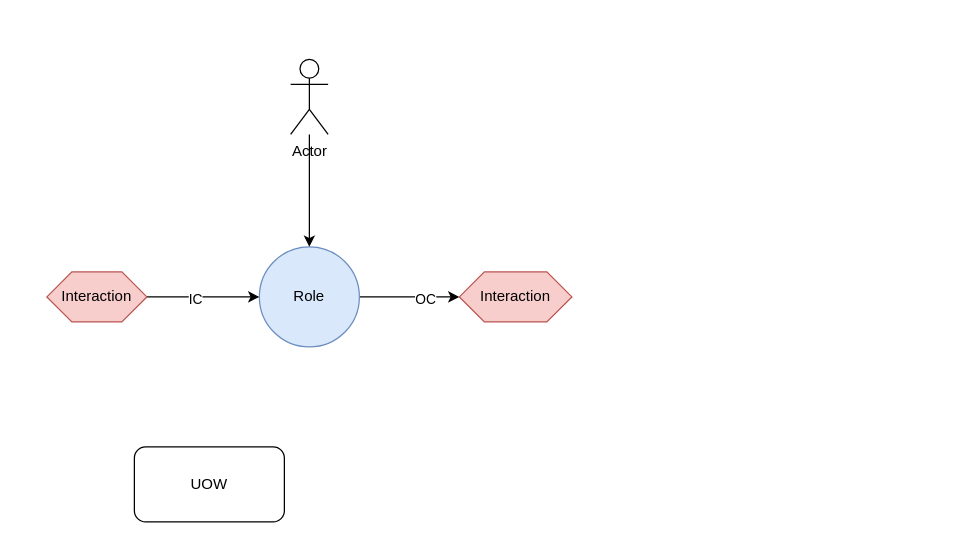
This is page "Workflow High Level" (1 of 3) of database/workflow.drawio from clydewatts1/prototype_chameleon_mcp_workflow, a draw.io file, before an edit. Source tidied: cells renumbered, new cells numbered last; positions are measured from the earlier drawing's top-left corner, leaving out a move shared by most shapes. Both pictures are drawn from the tidied source at 125%, with x=0, y=0 at pixel (46, 59).
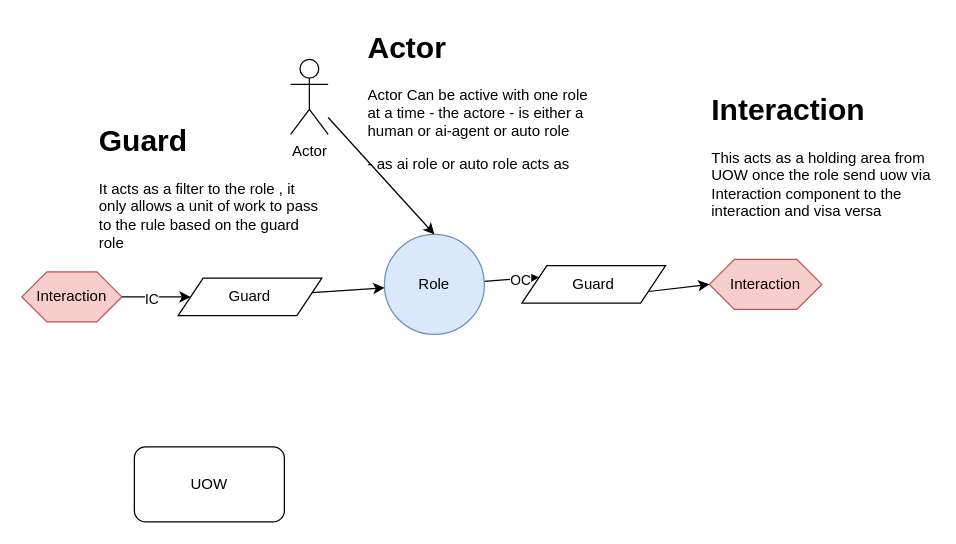
The same diagram, later.

What changed in the source:
```diff
@@
 <mxGraphModel>
   <root>
     <mxCell id="0" />
     <mxCell id="1" parent="0" />
-    <mxCell id="2" style="edgeStyle=none;html=1;entryX=0;entryY=0.5;entryDx=0;entryDy=0;" parent="1" edge="1" source="4" target="10">
+    <mxCell id="2" style="edgeStyle=none;html=1;entryX=0;entryY=0.25;entryDx=0;entryDy=0;" parent="1" edge="1" source="4" target="15">
       <mxGeometry relative="1" as="geometry" />
     </mxCell>
     <mxCell id="3" value="OC" style="edgeLabel;html=1;align=center;verticalAlign=middle;" parent="2" vertex="1">
       <mxGeometry x="0.3" y="-1" relative="1" as="geometry" />
     </mxCell>
     <mxCell id="4" value="Role" style="ellipse;whiteSpace=wrap;html=1;fillColor=#dae8fc;strokeColor=#6c8ebf;" parent="1" vertex="1">
-      <mxGeometry x="170" y="150" width="80" height="80" as="geometry" />
+      <mxGeometry x="270" y="140" width="80" height="80" as="geometry" />
     </mxCell>
-    <mxCell id="5" style="edgeStyle=none;html=1;exitX=1;exitY=0.5;exitDx=0;exitDy=0;entryX=0;entryY=0.5;entryDx=0;entryDy=0;" parent="1" edge="1" source="7" target="4">
+    <mxCell id="5" style="edgeStyle=none;html=1;exitX=1;exitY=0.5;exitDx=0;exitDy=0;entryX=0;entryY=0.5;entryDx=0;entryDy=0;" parent="1" edge="1" source="7" target="13">
       <mxGeometry relative="1" as="geometry" />
     </mxCell>
     <mxCell id="6" value="IC" style="edgeLabel;html=1;align=center;verticalAlign=middle;" parent="5" vertex="1">
       <mxGeometry x="-0.15" y="-1" relative="1" as="geometry" />
     </mxCell>
     <mxCell id="7" value="Interaction" style="shape=hexagon;perimeter=hexagonPerimeter2;whiteSpace=wrap;html=1;fixedSize=1;fillColor=#f8cecc;strokeColor=#b85450;" parent="1" vertex="1">
-      <mxGeometry y="170" width="80" height="40" as="geometry" />
+      <mxGeometry x="-20" y="170" width="80" height="40" as="geometry" />
     </mxCell>
     <mxCell id="8" style="edgeStyle=none;html=1;entryX=0.5;entryY=0;entryDx=0;entryDy=0;" parent="1" edge="1" source="9" target="4">
       <mxGeometry relative="1" as="geometry" />
     </mxCell>
     <mxCell id="9" value="Actor" style="shape=umlActor;verticalLabelPosition=bottom;verticalAlign=top;html=1;outlineConnect=0;" parent="1" vertex="1">
       <mxGeometry x="195" width="30" height="60" as="geometry" />
     </mxCell>
     <mxCell id="10" value="Interaction" style="shape=hexagon;perimeter=hexagonPerimeter2;whiteSpace=wrap;html=1;fixedSize=1;fillColor=#f8cecc;strokeColor=#b85450;" parent="1" vertex="1">
-      <mxGeometry x="330" y="170" width="90" height="40" as="geometry" />
+      <mxGeometry x="530" y="160" width="90" height="40" as="geometry" />
     </mxCell>
     <mxCell id="11" value="UOW" style="rounded=1;whiteSpace=wrap;html=1;" parent="1" vertex="1">
       <mxGeometry x="70" y="310" width="120" height="60" as="geometry" />
     </mxCell>
+    <mxCell id="12" style="edgeStyle=none;html=1;" parent="1" edge="1" source="13" target="4">
+      <mxGeometry relative="1" as="geometry" />
+    </mxCell>
+    <mxCell id="13" value="Guard" style="shape=parallelogram;perimeter=parallelogramPerimeter;whiteSpace=wrap;html=1;fixedSize=1;" parent="1" vertex="1">
+      <mxGeometry x="105" y="175" width="115" height="30" as="geometry" />
+    </mxCell>
+    <mxCell id="14" style="edgeStyle=none;html=1;exitX=1;exitY=0.75;exitDx=0;exitDy=0;entryX=0;entryY=0.5;entryDx=0;entryDy=0;" parent="1" edge="1" source="15" target="10">
+      <mxGeometry relative="1" as="geometry" />
+    </mxCell>
+    <mxCell id="15" value="Guard" style="shape=parallelogram;perimeter=parallelogramPerimeter;whiteSpace=wrap;html=1;fixedSize=1;" parent="1" vertex="1">
+      <mxGeometry x="380" y="165" width="115" height="30" as="geometry" />
+    </mxCell>
+    <mxCell id="16" value="&lt;h1 style=&quot;margin-top: 0px;&quot;&gt;Actor&lt;/h1&gt;&lt;p&gt;Actor Can be active with one role at a time - the actore - is either a human or ai-agent or auto role&lt;/p&gt;&lt;p&gt;- as ai role or auto role acts as&amp;nbsp;&lt;/p&gt;&lt;p&gt;&lt;br&gt;&lt;/p&gt;" style="text;html=1;whiteSpace=wrap;overflow=hidden;rounded=0;" parent="1" vertex="1">
+      <mxGeometry x="255" y="-30" width="180" height="120" as="geometry" />
+    </mxCell>
+    <mxCell id="17" value="&lt;h1 style=&quot;margin-top: 0px;&quot;&gt;Guard&amp;nbsp;&lt;/h1&gt;&lt;div&gt;It acts as a filter to the role , it only allows a unit of work to pass to the rule based on the guard role&lt;/div&gt;" style="text;html=1;whiteSpace=wrap;overflow=hidden;rounded=0;" parent="1" vertex="1">
+      <mxGeometry x="40" y="45" width="180" height="120" as="geometry" />
+    </mxCell>
+    <mxCell id="18" value="&lt;h1 style=&quot;margin-top: 0px;&quot;&gt;Interaction&lt;/h1&gt;&lt;p&gt;This acts as a holding area from UOW once the role send uow via Interaction component to the interaction and visa versa&lt;/p&gt;" style="text;html=1;whiteSpace=wrap;overflow=hidden;rounded=0;" parent="1" vertex="1">
+      <mxGeometry x="530" y="20" width="180" height="120" as="geometry" />
+    </mxCell>
   </root>
 </mxGraphModel>
```
